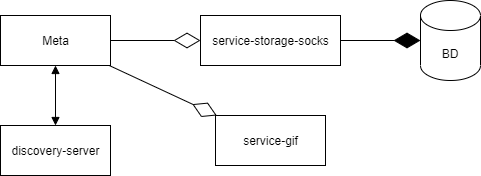
Earlier version of the draw.io export UML.png (Mojo774/Meta). Source tidied: cells renumbered, new cells last; positions are measured from the earlier drawing's top-left corner, leaving out a move shared by most shapes.
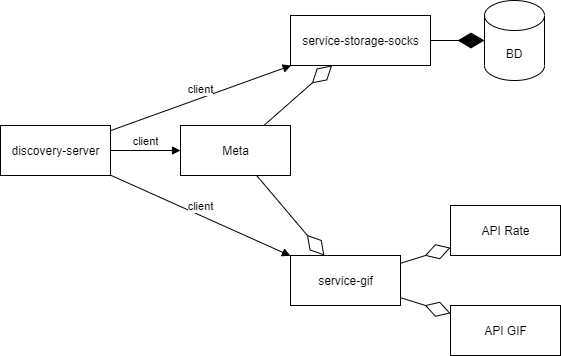
The same file after the commit.

Diff of the diagram source:
```diff
@@ -6,13 +6,13 @@
       <mxGeometry y="15" width="110" height="50" as="geometry" />
     </mxCell>
     <mxCell id="3" value="service-storage-socks" style="html=1;" parent="1" vertex="1">
-      <mxGeometry x="200" y="15" width="140" height="50" as="geometry" />
+      <mxGeometry x="110" y="-95" width="140" height="50" as="geometry" />
     </mxCell>
     <mxCell id="4" value="service-gif" style="html=1;" parent="1" vertex="1">
-      <mxGeometry x="215" y="115" width="110" height="50" as="geometry" />
+      <mxGeometry x="110" y="145" width="110" height="50" as="geometry" />
     </mxCell>
     <mxCell id="5" value="BD" style="shape=cylinder3;whiteSpace=wrap;html=1;boundedLbl=1;backgroundOutline=1;size=15;" parent="1" vertex="1">
-      <mxGeometry x="420" width="60" height="80" as="geometry" />
+      <mxGeometry x="304" y="-110" width="60" height="80" as="geometry" />
     </mxCell>
     <mxCell id="6" style="endArrow=diamondThin;endFill=1;endSize=24;html=1;" parent="1" edge="1" source="3" target="5">
       <mxGeometry relative="1" as="geometry" />
@@ -24,10 +24,28 @@
       <mxGeometry relative="1" as="geometry" />
     </mxCell>
     <mxCell id="9" value="discovery-server" style="html=1;" parent="1" vertex="1">
-      <mxGeometry y="125" width="110" height="50" as="geometry" />
+      <mxGeometry x="-180" y="15" width="110" height="50" as="geometry" />
     </mxCell>
-    <mxCell id="10" style="endArrow=block;startArrow=block;endFill=1;startFill=1;html=1;" parent="1" edge="1" source="2" target="9">
-      <mxGeometry relative="1" as="geometry" />
-    </mxCell>
+    <mxCell id="11" value="API Rate" style="html=1;" parent="1" vertex="1">
+      <mxGeometry x="270" y="95" width="110" height="50" as="geometry" />
+    </mxCell>
+    <mxCell id="12" value="API GIF" style="html=1;" parent="1" vertex="1">
+      <mxGeometry x="270" y="195" width="110" height="50" as="geometry" />
+    </mxCell>
+    <mxCell id="13" style="endArrow=diamondThin;endFill=0;endSize=24;html=1;" parent="1" edge="1" source="4" target="11">
+      <mxGeometry relative="1" as="geometry" />
+    </mxCell>
+    <mxCell id="14" style="endArrow=diamondThin;endFill=0;endSize=24;html=1;" parent="1" edge="1" source="4" target="12">
+      <mxGeometry relative="1" as="geometry" />
+    </mxCell>
+    <mxCell id="15" value="client" style="html=1;verticalAlign=bottom;endArrow=block;rounded=0;" parent="1" edge="1" source="9" target="3">
+      <mxGeometry relative="1" as="geometry" />
+    </mxCell>
+    <mxCell id="16" value="client" style="html=1;verticalAlign=bottom;endArrow=block;rounded=0;" parent="1" edge="1" source="9" target="4">
+      <mxGeometry relative="1" as="geometry" />
+    </mxCell>
+    <mxCell id="17" value="client" style="html=1;verticalAlign=bottom;endArrow=block;rounded=0;" parent="1" edge="1" source="9" target="2">
+      <mxGeometry relative="1" as="geometry" />
+    </mxCell>
   </root>
 </mxGraphModel>
```
